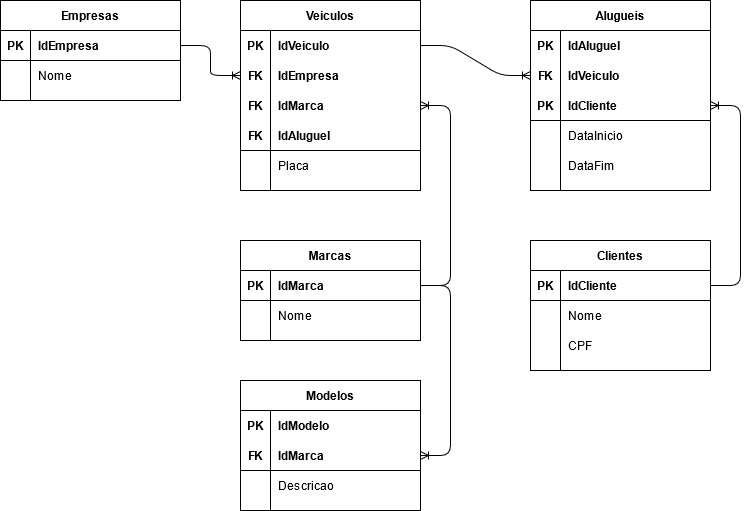
LameckVieira/senai_sprint1_bd keeps this draw.io diagram as sprint-1-bd/exercicios/1.2-exercicio-locadora/01_modelagem_conceitual-logico-logico.png. Above is the earlier version. Source tidied: cells renumbered, new cells last; positions are measured from the earlier drawing's top-left corner, leaving out a move shared by most shapes. Its diagram source:
```xml
<mxGraphModel>
  <root>
    <mxCell id="0" />
    <mxCell id="1" parent="0" />
    <mxCell id="2" value="Empresas" style="shape=table;startSize=30;rowLines=0;fontStyle=1;align=center;" parent="1" vertex="1">
      <mxGeometry width="180" height="100" as="geometry" />
    </mxCell>
    <mxCell id="3" style="shape=partialRectangle;fillColor=none;top=0;left=0;bottom=1;right=0;points=[[0,0.5],[1,0.5]];portConstraint=eastwest;" parent="2" vertex="1">
      <mxGeometry y="30" width="180" height="30" as="geometry" />
    </mxCell>
    <mxCell id="4" value="PK" style="shape=partialRectangle;fillColor=none;top=0;left=0;bottom=0;right=0;fontStyle=1;overflow=hidden;" parent="3" vertex="1">
      <mxGeometry width="30" height="30" as="geometry" />
    </mxCell>
    <mxCell id="5" value="IdEmpresa" style="shape=partialRectangle;fillColor=none;top=0;left=0;bottom=0;right=0;align=left;spacingLeft=6;fontStyle=1;overflow=hidden;" parent="3" vertex="1">
      <mxGeometry x="30" width="150" height="30" as="geometry" />
    </mxCell>
    <mxCell id="6" style="shape=partialRectangle;fillColor=none;top=0;left=0;bottom=0;right=0;" parent="2" vertex="1">
      <mxGeometry y="60" width="180" height="30" as="geometry" />
    </mxCell>
    <mxCell id="7" style="shape=partialRectangle;fillColor=none;top=0;left=0;bottom=0;right=0;overflow=hidden;" parent="6" vertex="1">
      <mxGeometry width="30" height="30" as="geometry" />
    </mxCell>
    <mxCell id="8" value="Nome" style="shape=partialRectangle;fillColor=none;top=0;left=0;bottom=0;right=0;align=left;spacingLeft=6;overflow=hidden;" parent="6" vertex="1">
      <mxGeometry x="30" width="150" height="30" as="geometry" />
    </mxCell>
    <mxCell id="9" value="Veiculos" style="shape=table;startSize=30;rowLines=0;fontStyle=1;align=center;" parent="1" vertex="1">
      <mxGeometry x="240" width="180" height="190" as="geometry" />
    </mxCell>
    <mxCell id="10" style="shape=partialRectangle;fillColor=none;top=0;left=0;bottom=1;right=0;points=[[0,0.5],[1,0.5]];portConstraint=eastwest;strokeColor=none;" parent="9" vertex="1">
      <mxGeometry y="30" width="180" height="30" as="geometry" />
    </mxCell>
    <mxCell id="11" value="PK" style="shape=partialRectangle;fillColor=none;top=0;left=0;bottom=0;right=0;fontStyle=1;overflow=hidden;" parent="10" vertex="1">
      <mxGeometry width="30" height="30" as="geometry" />
    </mxCell>
    <mxCell id="12" value="IdVeiculo" style="shape=partialRectangle;fillColor=none;top=0;left=0;bottom=0;right=0;align=left;spacingLeft=6;fontStyle=1;overflow=hidden;" parent="10" vertex="1">
      <mxGeometry x="30" width="150" height="30" as="geometry" />
    </mxCell>
    <mxCell id="13" style="shape=partialRectangle;fillColor=none;top=0;left=0;bottom=1;right=0;points=[[0,0.5],[1,0.5]];portConstraint=eastwest;strokeColor=none;" parent="9" vertex="1">
      <mxGeometry y="60" width="180" height="30" as="geometry" />
    </mxCell>
    <mxCell id="14" value="FK" style="shape=partialRectangle;fillColor=none;top=0;left=0;bottom=0;right=0;fontStyle=1;overflow=hidden;" parent="13" vertex="1">
      <mxGeometry width="30" height="30" as="geometry" />
    </mxCell>
    <mxCell id="15" value="IdEmpresa" style="shape=partialRectangle;fillColor=none;top=0;left=0;bottom=0;right=0;align=left;spacingLeft=6;fontStyle=1;overflow=hidden;" parent="13" vertex="1">
      <mxGeometry x="30" width="150" height="30" as="geometry" />
    </mxCell>
    <mxCell id="16" style="shape=partialRectangle;fillColor=none;top=0;left=0;bottom=1;right=0;points=[[0,0.5],[1,0.5]];portConstraint=eastwest;strokeColor=none;" parent="9" vertex="1">
      <mxGeometry y="90" width="180" height="30" as="geometry" />
    </mxCell>
    <mxCell id="17" value="FK" style="shape=partialRectangle;fillColor=none;top=0;left=0;bottom=0;right=0;fontStyle=1;overflow=hidden;" parent="16" vertex="1">
      <mxGeometry width="30" height="30" as="geometry" />
    </mxCell>
    <mxCell id="18" value="IdMarca" style="shape=partialRectangle;fillColor=none;top=0;left=0;bottom=0;right=0;align=left;spacingLeft=6;fontStyle=1;overflow=hidden;" parent="16" vertex="1">
      <mxGeometry x="30" width="150" height="30" as="geometry" />
    </mxCell>
    <mxCell id="19" style="shape=partialRectangle;fillColor=none;top=0;left=0;bottom=1;right=0;points=[[0,0.5],[1,0.5]];portConstraint=eastwest;" parent="9" vertex="1">
      <mxGeometry y="120" width="180" height="30" as="geometry" />
    </mxCell>
    <mxCell id="20" value="FK" style="shape=partialRectangle;fillColor=none;top=0;left=0;bottom=0;right=0;fontStyle=1;overflow=hidden;" parent="19" vertex="1">
      <mxGeometry width="30" height="30" as="geometry" />
    </mxCell>
    <mxCell id="21" value="IdAluguel" style="shape=partialRectangle;fillColor=none;top=0;left=0;bottom=0;right=0;align=left;spacingLeft=6;fontStyle=1;overflow=hidden;" parent="19" vertex="1">
      <mxGeometry x="30" width="150" height="30" as="geometry" />
    </mxCell>
    <mxCell id="22" style="shape=partialRectangle;fillColor=none;top=0;left=0;bottom=0;right=0;" parent="9" vertex="1">
      <mxGeometry y="150" width="180" height="30" as="geometry" />
    </mxCell>
    <mxCell id="23" style="shape=partialRectangle;fillColor=none;top=0;left=0;bottom=0;right=0;overflow=hidden;" parent="22" vertex="1">
      <mxGeometry width="30" height="30" as="geometry" />
    </mxCell>
    <mxCell id="24" value="Placa" style="shape=partialRectangle;fillColor=none;top=0;left=0;bottom=0;right=0;align=left;spacingLeft=6;overflow=hidden;" parent="22" vertex="1">
      <mxGeometry x="30" width="150" height="30" as="geometry" />
    </mxCell>
    <mxCell id="25" style="edgeStyle=entityRelationEdgeStyle;fontSize=12;html=1;endArrow=ERoneToMany;" parent="1" edge="1" source="3" target="13">
      <mxGeometry relative="1" as="geometry" />
    </mxCell>
    <mxCell id="26" value="Marcas" style="shape=table;startSize=30;rowLines=0;fontStyle=1;align=center;" parent="1" vertex="1">
      <mxGeometry x="240" y="240" width="180" height="100" as="geometry" />
    </mxCell>
    <mxCell id="27" style="shape=partialRectangle;fillColor=none;top=0;left=0;bottom=1;right=0;points=[[0,0.5],[1,0.5]];portConstraint=eastwest;" parent="26" vertex="1">
      <mxGeometry y="30" width="180" height="30" as="geometry" />
    </mxCell>
    <mxCell id="28" value="PK" style="shape=partialRectangle;fillColor=none;top=0;left=0;bottom=0;right=0;fontStyle=1;overflow=hidden;" parent="27" vertex="1">
      <mxGeometry width="30" height="30" as="geometry" />
    </mxCell>
    <mxCell id="29" value="IdMarca" style="shape=partialRectangle;fillColor=none;top=0;left=0;bottom=0;right=0;align=left;spacingLeft=6;fontStyle=1;overflow=hidden;" parent="27" vertex="1">
      <mxGeometry x="30" width="150" height="30" as="geometry" />
    </mxCell>
    <mxCell id="30" style="shape=partialRectangle;fillColor=none;top=0;left=0;bottom=0;right=0;" parent="26" vertex="1">
      <mxGeometry y="60" width="180" height="30" as="geometry" />
    </mxCell>
    <mxCell id="31" style="shape=partialRectangle;fillColor=none;top=0;left=0;bottom=0;right=0;overflow=hidden;" parent="30" vertex="1">
      <mxGeometry width="30" height="30" as="geometry" />
    </mxCell>
    <mxCell id="32" value="Nome" style="shape=partialRectangle;fillColor=none;top=0;left=0;bottom=0;right=0;align=left;spacingLeft=6;overflow=hidden;" parent="30" vertex="1">
      <mxGeometry x="30" width="150" height="30" as="geometry" />
    </mxCell>
    <mxCell id="33" style="edgeStyle=entityRelationEdgeStyle;fontSize=12;html=1;endArrow=ERoneToMany;" parent="1" edge="1" source="27" target="16">
      <mxGeometry relative="1" as="geometry" />
    </mxCell>
    <mxCell id="34" value="Modelos" style="shape=table;startSize=30;rowLines=0;fontStyle=1;align=center;" parent="1" vertex="1">
      <mxGeometry x="240" y="380" width="180" height="130" as="geometry" />
    </mxCell>
    <mxCell id="35" style="shape=partialRectangle;fillColor=none;top=0;left=0;bottom=1;right=0;points=[[0,0.5],[1,0.5]];portConstraint=eastwest;strokeColor=none;" parent="34" vertex="1">
      <mxGeometry y="30" width="180" height="30" as="geometry" />
    </mxCell>
    <mxCell id="36" value="PK" style="shape=partialRectangle;fillColor=none;top=0;left=0;bottom=0;right=0;fontStyle=1;overflow=hidden;" parent="35" vertex="1">
      <mxGeometry width="30" height="30" as="geometry" />
    </mxCell>
    <mxCell id="37" value="IdModelo" style="shape=partialRectangle;fillColor=none;top=0;left=0;bottom=0;right=0;align=left;spacingLeft=6;fontStyle=1;overflow=hidden;" parent="35" vertex="1">
      <mxGeometry x="30" width="150" height="30" as="geometry" />
    </mxCell>
    <mxCell id="38" style="shape=partialRectangle;fillColor=none;top=0;left=0;bottom=1;right=0;points=[[0,0.5],[1,0.5]];portConstraint=eastwest;" parent="34" vertex="1">
      <mxGeometry y="60" width="180" height="30" as="geometry" />
    </mxCell>
    <mxCell id="39" value="FK" style="shape=partialRectangle;fillColor=none;top=0;left=0;bottom=0;right=0;fontStyle=1;overflow=hidden;" parent="38" vertex="1">
      <mxGeometry width="30" height="30" as="geometry" />
    </mxCell>
    <mxCell id="40" value="IdMarca" style="shape=partialRectangle;fillColor=none;top=0;left=0;bottom=0;right=0;align=left;spacingLeft=6;fontStyle=1;overflow=hidden;" parent="38" vertex="1">
      <mxGeometry x="30" width="150" height="30" as="geometry" />
    </mxCell>
    <mxCell id="41" style="shape=partialRectangle;fillColor=none;top=0;left=0;bottom=0;right=0;" parent="34" vertex="1">
      <mxGeometry y="90" width="180" height="30" as="geometry" />
    </mxCell>
    <mxCell id="42" style="shape=partialRectangle;fillColor=none;top=0;left=0;bottom=0;right=0;overflow=hidden;" parent="41" vertex="1">
      <mxGeometry width="30" height="30" as="geometry" />
    </mxCell>
    <mxCell id="43" value="Descricao" style="shape=partialRectangle;fillColor=none;top=0;left=0;bottom=0;right=0;align=left;spacingLeft=6;overflow=hidden;" parent="41" vertex="1">
      <mxGeometry x="30" width="150" height="30" as="geometry" />
    </mxCell>
    <mxCell id="44" style="edgeStyle=entityRelationEdgeStyle;fontSize=12;html=1;endArrow=ERoneToMany;" parent="1" edge="1" source="27" target="38">
      <mxGeometry relative="1" as="geometry" />
    </mxCell>
    <mxCell id="45" value="Alugueis" style="shape=table;startSize=30;rowLines=0;fontStyle=1;align=center;" parent="1" vertex="1">
      <mxGeometry x="530" width="180" height="190" as="geometry" />
    </mxCell>
    <mxCell id="46" style="shape=partialRectangle;fillColor=none;top=0;left=0;bottom=1;right=0;strokeColor=none;" parent="45" vertex="1">
      <mxGeometry y="30" width="180" height="30" as="geometry" />
    </mxCell>
    <mxCell id="47" value="PK" style="shape=partialRectangle;fillColor=none;top=0;left=0;bottom=0;right=0;fontStyle=1;overflow=hidden;" parent="46" vertex="1">
      <mxGeometry width="30" height="30" as="geometry" />
    </mxCell>
    <mxCell id="48" value="IdAluguel" style="shape=partialRectangle;fillColor=none;top=0;left=0;bottom=0;right=0;align=left;spacingLeft=6;fontStyle=1;overflow=hidden;strokeColor=none;" parent="46" vertex="1">
      <mxGeometry x="30" width="150" height="30" as="geometry" />
    </mxCell>
    <mxCell id="49" style="shape=partialRectangle;fillColor=none;top=0;left=0;bottom=1;right=0;points=[[0,0.5],[1,0.5]];portConstraint=eastwest;strokeColor=none;" parent="45" vertex="1">
      <mxGeometry y="60" width="180" height="30" as="geometry" />
    </mxCell>
    <mxCell id="50" value="FK" style="shape=partialRectangle;fillColor=none;top=0;left=0;bottom=0;right=0;fontStyle=1;overflow=hidden;" parent="49" vertex="1">
      <mxGeometry width="30" height="30" as="geometry" />
    </mxCell>
    <mxCell id="51" value="IdVeiculo" style="shape=partialRectangle;fillColor=none;top=0;left=0;bottom=0;right=0;align=left;spacingLeft=6;fontStyle=1;overflow=hidden;" parent="49" vertex="1">
      <mxGeometry x="30" width="150" height="30" as="geometry" />
    </mxCell>
    <mxCell id="52" style="shape=partialRectangle;fillColor=none;top=0;left=0;bottom=1;right=0;points=[[0,0.5],[1,0.5]];portConstraint=eastwest;" parent="45" vertex="1">
      <mxGeometry y="90" width="180" height="30" as="geometry" />
    </mxCell>
    <mxCell id="53" value="PK" style="shape=partialRectangle;fillColor=none;top=0;left=0;bottom=0;right=0;fontStyle=1;overflow=hidden;" parent="52" vertex="1">
      <mxGeometry width="30" height="30" as="geometry" />
    </mxCell>
    <mxCell id="54" value="IdCliente" style="shape=partialRectangle;fillColor=none;top=0;left=0;bottom=0;right=0;align=left;spacingLeft=6;fontStyle=1;overflow=hidden;" parent="52" vertex="1">
      <mxGeometry x="30" width="150" height="30" as="geometry" />
    </mxCell>
    <mxCell id="55" style="shape=partialRectangle;fillColor=none;top=0;left=0;bottom=0;right=0;" parent="45" vertex="1">
      <mxGeometry y="120" width="180" height="30" as="geometry" />
    </mxCell>
    <mxCell id="56" style="shape=partialRectangle;fillColor=none;top=0;left=0;bottom=0;right=0;overflow=hidden;" parent="55" vertex="1">
      <mxGeometry width="30" height="30" as="geometry" />
    </mxCell>
    <mxCell id="57" value="DataInicio" style="shape=partialRectangle;fillColor=none;top=0;left=0;bottom=0;right=0;align=left;spacingLeft=6;overflow=hidden;" parent="55" vertex="1">
      <mxGeometry x="30" width="150" height="30" as="geometry" />
    </mxCell>
    <mxCell id="58" style="shape=partialRectangle;fillColor=none;top=0;left=0;bottom=0;right=0;" parent="45" vertex="1">
      <mxGeometry y="150" width="180" height="30" as="geometry" />
    </mxCell>
    <mxCell id="59" style="shape=partialRectangle;fillColor=none;top=0;left=0;bottom=0;right=0;overflow=hidden;" parent="58" vertex="1">
      <mxGeometry width="30" height="30" as="geometry" />
    </mxCell>
    <mxCell id="60" value="DataFim" style="shape=partialRectangle;fillColor=none;top=0;left=0;bottom=0;right=0;align=left;spacingLeft=6;overflow=hidden;" parent="58" vertex="1">
      <mxGeometry x="30" width="150" height="30" as="geometry" />
    </mxCell>
    <mxCell id="61" style="edgeStyle=entityRelationEdgeStyle;fontSize=12;html=1;endArrow=ERoneToMany;" parent="1" edge="1" source="10" target="49">
      <mxGeometry relative="1" as="geometry" />
    </mxCell>
    <mxCell id="62" value="Clientes" style="shape=table;startSize=30;rowLines=0;fontStyle=1;align=center;" parent="1" vertex="1">
      <mxGeometry x="530" y="240" width="180" height="130" as="geometry" />
    </mxCell>
    <mxCell id="63" style="shape=partialRectangle;fillColor=none;top=0;left=0;bottom=1;right=0;points=[[0,0.5],[1,0.5]];portConstraint=eastwest;" parent="62" vertex="1">
      <mxGeometry y="30" width="180" height="30" as="geometry" />
    </mxCell>
    <mxCell id="64" value="PK" style="shape=partialRectangle;fillColor=none;top=0;left=0;bottom=0;right=0;fontStyle=1;overflow=hidden;" parent="63" vertex="1">
      <mxGeometry width="30" height="30" as="geometry" />
    </mxCell>
    <mxCell id="65" value="IdCliente" style="shape=partialRectangle;fillColor=none;top=0;left=0;bottom=0;right=0;align=left;spacingLeft=6;fontStyle=1;overflow=hidden;" parent="63" vertex="1">
      <mxGeometry x="30" width="150" height="30" as="geometry" />
    </mxCell>
    <mxCell id="66" style="shape=partialRectangle;fillColor=none;top=0;left=0;bottom=0;right=0;" parent="62" vertex="1">
      <mxGeometry y="60" width="180" height="30" as="geometry" />
    </mxCell>
    <mxCell id="67" style="shape=partialRectangle;fillColor=none;top=0;left=0;bottom=0;right=0;overflow=hidden;" parent="66" vertex="1">
      <mxGeometry width="30" height="30" as="geometry" />
    </mxCell>
    <mxCell id="68" value="Nome" style="shape=partialRectangle;fillColor=none;top=0;left=0;bottom=0;right=0;align=left;spacingLeft=6;overflow=hidden;" parent="66" vertex="1">
      <mxGeometry x="30" width="150" height="30" as="geometry" />
    </mxCell>
    <mxCell id="69" style="shape=partialRectangle;fillColor=none;top=0;left=0;bottom=0;right=0;" parent="62" vertex="1">
      <mxGeometry y="90" width="180" height="30" as="geometry" />
    </mxCell>
    <mxCell id="70" style="shape=partialRectangle;fillColor=none;top=0;left=0;bottom=0;right=0;overflow=hidden;" parent="69" vertex="1">
      <mxGeometry width="30" height="30" as="geometry" />
    </mxCell>
    <mxCell id="71" value="CPF" style="shape=partialRectangle;fillColor=none;top=0;left=0;bottom=0;right=0;align=left;spacingLeft=6;overflow=hidden;" parent="69" vertex="1">
      <mxGeometry x="30" width="150" height="30" as="geometry" />
    </mxCell>
    <mxCell id="72" style="edgeStyle=entityRelationEdgeStyle;fontSize=12;html=1;endArrow=ERoneToMany;" parent="1" edge="1" source="63" target="52">
      <mxGeometry relative="1" as="geometry" />
    </mxCell>
  </root>
</mxGraphModel>
```
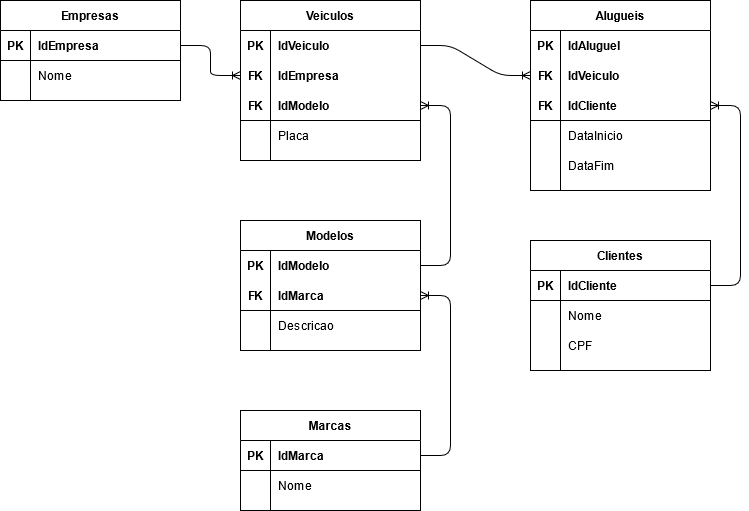
After the commit.

Change to the diagram source:
```diff
@@ -24,7 +24,7 @@
       <mxGeometry x="30" width="150" height="30" as="geometry" />
     </mxCell>
     <mxCell id="9" value="Veiculos" style="shape=table;startSize=30;rowLines=0;fontStyle=1;align=center;" parent="1" vertex="1">
-      <mxGeometry x="240" width="180" height="190" as="geometry" />
+      <mxGeometry x="240" width="180" height="160" as="geometry" />
     </mxCell>
     <mxCell id="10" style="shape=partialRectangle;fillColor=none;top=0;left=0;bottom=1;right=0;points=[[0,0.5],[1,0.5]];portConstraint=eastwest;strokeColor=none;" parent="9" vertex="1">
       <mxGeometry y="30" width="180" height="30" as="geometry" />
@@ -44,26 +44,17 @@
     <mxCell id="15" value="IdEmpresa" style="shape=partialRectangle;fillColor=none;top=0;left=0;bottom=0;right=0;align=left;spacingLeft=6;fontStyle=1;overflow=hidden;" parent="13" vertex="1">
       <mxGeometry x="30" width="150" height="30" as="geometry" />
     </mxCell>
-    <mxCell id="16" style="shape=partialRectangle;fillColor=none;top=0;left=0;bottom=1;right=0;points=[[0,0.5],[1,0.5]];portConstraint=eastwest;strokeColor=none;" parent="9" vertex="1">
-      <mxGeometry y="90" width="180" height="30" as="geometry" />
-    </mxCell>
-    <mxCell id="17" value="FK" style="shape=partialRectangle;fillColor=none;top=0;left=0;bottom=0;right=0;fontStyle=1;overflow=hidden;" parent="16" vertex="1">
-      <mxGeometry width="30" height="30" as="geometry" />
-    </mxCell>
-    <mxCell id="18" value="IdMarca" style="shape=partialRectangle;fillColor=none;top=0;left=0;bottom=0;right=0;align=left;spacingLeft=6;fontStyle=1;overflow=hidden;" parent="16" vertex="1">
-      <mxGeometry x="30" width="150" height="30" as="geometry" />
-    </mxCell>
     <mxCell id="19" style="shape=partialRectangle;fillColor=none;top=0;left=0;bottom=1;right=0;points=[[0,0.5],[1,0.5]];portConstraint=eastwest;" parent="9" vertex="1">
-      <mxGeometry y="120" width="180" height="30" as="geometry" />
+      <mxGeometry y="90" width="180" height="30" as="geometry" />
     </mxCell>
     <mxCell id="20" value="FK" style="shape=partialRectangle;fillColor=none;top=0;left=0;bottom=0;right=0;fontStyle=1;overflow=hidden;" parent="19" vertex="1">
       <mxGeometry width="30" height="30" as="geometry" />
     </mxCell>
-    <mxCell id="21" value="IdAluguel" style="shape=partialRectangle;fillColor=none;top=0;left=0;bottom=0;right=0;align=left;spacingLeft=6;fontStyle=1;overflow=hidden;" parent="19" vertex="1">
+    <mxCell id="21" value="IdModelo" style="shape=partialRectangle;fillColor=none;top=0;left=0;bottom=0;right=0;align=left;spacingLeft=6;fontStyle=1;overflow=hidden;" parent="19" vertex="1">
       <mxGeometry x="30" width="150" height="30" as="geometry" />
     </mxCell>
     <mxCell id="22" style="shape=partialRectangle;fillColor=none;top=0;left=0;bottom=0;right=0;" parent="9" vertex="1">
-      <mxGeometry y="150" width="180" height="30" as="geometry" />
+      <mxGeometry y="120" width="180" height="30" as="geometry" />
     </mxCell>
     <mxCell id="23" style="shape=partialRectangle;fillColor=none;top=0;left=0;bottom=0;right=0;overflow=hidden;" parent="22" vertex="1">
       <mxGeometry width="30" height="30" as="geometry" />
@@ -75,7 +66,7 @@
       <mxGeometry relative="1" as="geometry" />
     </mxCell>
     <mxCell id="26" value="Marcas" style="shape=table;startSize=30;rowLines=0;fontStyle=1;align=center;" parent="1" vertex="1">
-      <mxGeometry x="240" y="240" width="180" height="100" as="geometry" />
+      <mxGeometry x="240" y="410" width="180" height="100" as="geometry" />
     </mxCell>
     <mxCell id="27" style="shape=partialRectangle;fillColor=none;top=0;left=0;bottom=1;right=0;points=[[0,0.5],[1,0.5]];portConstraint=eastwest;" parent="26" vertex="1">
       <mxGeometry y="30" width="180" height="30" as="geometry" />
@@ -95,11 +86,8 @@
     <mxCell id="32" value="Nome" style="shape=partialRectangle;fillColor=none;top=0;left=0;bottom=0;right=0;align=left;spacingLeft=6;overflow=hidden;" parent="30" vertex="1">
       <mxGeometry x="30" width="150" height="30" as="geometry" />
     </mxCell>
-    <mxCell id="33" style="edgeStyle=entityRelationEdgeStyle;fontSize=12;html=1;endArrow=ERoneToMany;" parent="1" edge="1" source="27" target="16">
-      <mxGeometry relative="1" as="geometry" />
-    </mxCell>
     <mxCell id="34" value="Modelos" style="shape=table;startSize=30;rowLines=0;fontStyle=1;align=center;" parent="1" vertex="1">
-      <mxGeometry x="240" y="380" width="180" height="130" as="geometry" />
+      <mxGeometry x="240" y="220" width="180" height="130" as="geometry" />
     </mxCell>
     <mxCell id="35" style="shape=partialRectangle;fillColor=none;top=0;left=0;bottom=1;right=0;points=[[0,0.5],[1,0.5]];portConstraint=eastwest;strokeColor=none;" parent="34" vertex="1">
       <mxGeometry y="30" width="180" height="30" as="geometry" />
@@ -128,9 +116,6 @@
     <mxCell id="43" value="Descricao" style="shape=partialRectangle;fillColor=none;top=0;left=0;bottom=0;right=0;align=left;spacingLeft=6;overflow=hidden;" parent="41" vertex="1">
       <mxGeometry x="30" width="150" height="30" as="geometry" />
     </mxCell>
-    <mxCell id="44" style="edgeStyle=entityRelationEdgeStyle;fontSize=12;html=1;endArrow=ERoneToMany;" parent="1" edge="1" source="27" target="38">
-      <mxGeometry relative="1" as="geometry" />
-    </mxCell>
     <mxCell id="45" value="Alugueis" style="shape=table;startSize=30;rowLines=0;fontStyle=1;align=center;" parent="1" vertex="1">
       <mxGeometry x="530" width="180" height="190" as="geometry" />
     </mxCell>
@@ -155,7 +140,7 @@
     <mxCell id="52" style="shape=partialRectangle;fillColor=none;top=0;left=0;bottom=1;right=0;points=[[0,0.5],[1,0.5]];portConstraint=eastwest;" parent="45" vertex="1">
       <mxGeometry y="90" width="180" height="30" as="geometry" />
     </mxCell>
-    <mxCell id="53" value="PK" style="shape=partialRectangle;fillColor=none;top=0;left=0;bottom=0;right=0;fontStyle=1;overflow=hidden;" parent="52" vertex="1">
+    <mxCell id="53" value="FK" style="shape=partialRectangle;fillColor=none;top=0;left=0;bottom=0;right=0;fontStyle=1;overflow=hidden;" parent="52" vertex="1">
       <mxGeometry width="30" height="30" as="geometry" />
     </mxCell>
     <mxCell id="54" value="IdCliente" style="shape=partialRectangle;fillColor=none;top=0;left=0;bottom=0;right=0;align=left;spacingLeft=6;fontStyle=1;overflow=hidden;" parent="52" vertex="1">
@@ -215,5 +200,11 @@
     <mxCell id="72" style="edgeStyle=entityRelationEdgeStyle;fontSize=12;html=1;endArrow=ERoneToMany;" parent="1" edge="1" source="63" target="52">
       <mxGeometry relative="1" as="geometry" />
     </mxCell>
+    <mxCell id="44" style="edgeStyle=entityRelationEdgeStyle;fontSize=12;html=1;endArrow=ERoneToMany;" parent="1" edge="1" source="27" target="38">
+      <mxGeometry relative="1" as="geometry" />
+    </mxCell>
+    <mxCell id="73" style="edgeStyle=entityRelationEdgeStyle;fontSize=12;html=1;endArrow=ERoneToMany;" parent="1" edge="1" source="35" target="19">
+      <mxGeometry relative="1" as="geometry" />
+    </mxCell>
   </root>
 </mxGraphModel>
```
